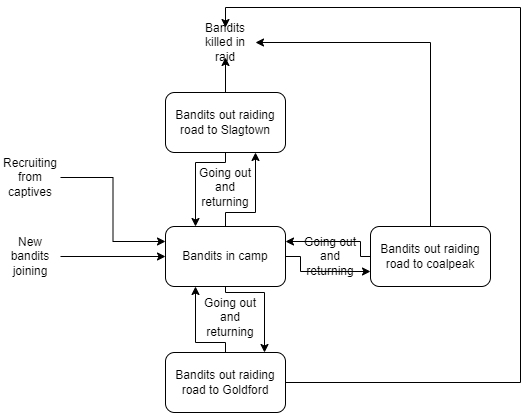
Before: Flowchart/BanditFlow.drawio.png, a diagram exported from draw.io (FunkMarvel/Comp-4-SST). Source tidied: cells renumbered, new cells last; positions are measured from the earlier drawing's top-left corner, leaving out a move shared by most shapes.
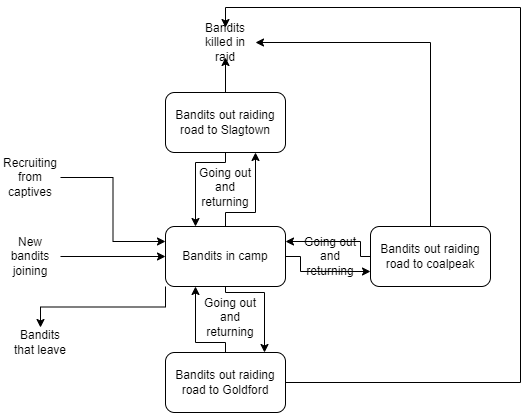
After the commit.

Change to the diagram source:
```diff
@@ -26,6 +26,9 @@
         </Array>
       </mxGeometry>
     </mxCell>
+    <mxCell id="23" style="edgeStyle=orthogonalEdgeStyle;rounded=0;jettySize=auto;html=1;exitX=0;exitY=1;exitDx=0;exitDy=0;" parent="1" edge="1" source="5" target="24">
+      <mxGeometry relative="1" as="geometry" />
+    </mxCell>
     <mxCell id="5" value="Bandits in camp" style="rounded=1;whiteSpace=wrap;html=1;" parent="1" vertex="1">
       <mxGeometry x="165" y="219" width="120" height="60" as="geometry" />
     </mxCell>
@@ -105,5 +108,8 @@
     <mxCell id="22" value="Going out and returning" style="text;html=1;strokeColor=none;fillColor=none;align=center;verticalAlign=middle;whiteSpace=wrap;rounded=0;" parent="1" vertex="1">
       <mxGeometry x="300" y="234" width="60" height="30" as="geometry" />
     </mxCell>
+    <mxCell id="24" value="Bandits that leave" style="text;html=1;strokeColor=none;fillColor=none;align=center;verticalAlign=middle;whiteSpace=wrap;rounded=0;" parent="1" vertex="1">
+      <mxGeometry x="10" y="320" width="60" height="30" as="geometry" />
+    </mxCell>
   </root>
 </mxGraphModel>
```
